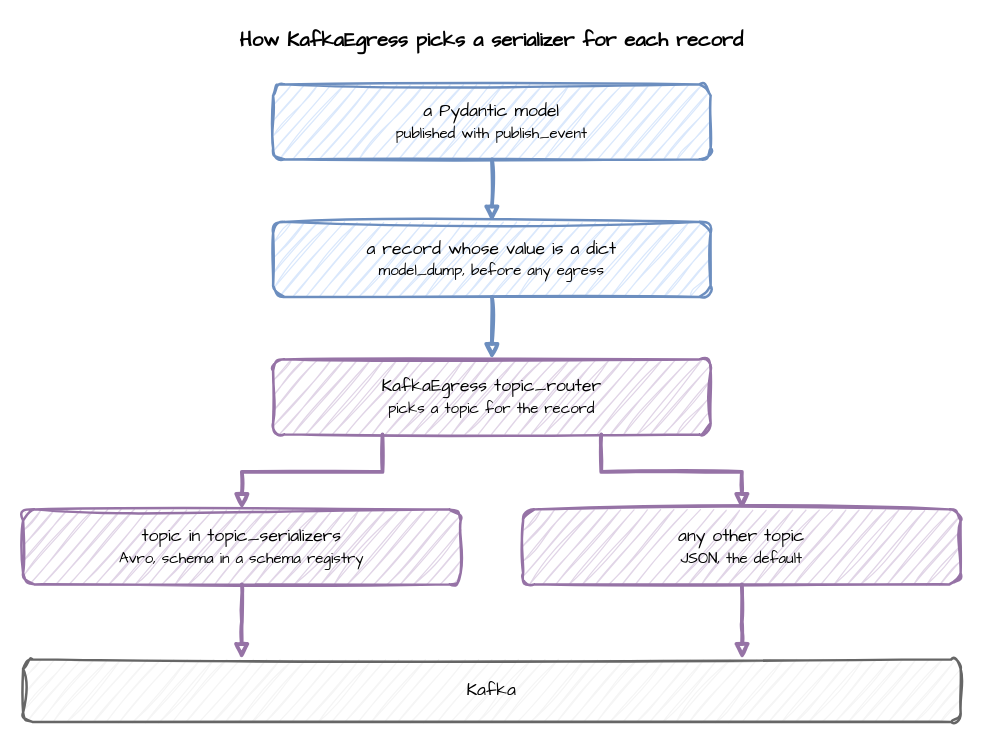
jaehyeon-kim/desflow keeps this draw.io diagram as docs/assets/diagrams/serializer-routing.drawio. Above is the earlier version. Source tidied: cells renumbered, new cells numbered last; positions are measured from the earlier drawing's top-left corner, leaving out a move shared by most shapes. Both pictures are drawn from the tidied source at 125%, with x=0, y=0 at pixel (22, 21).
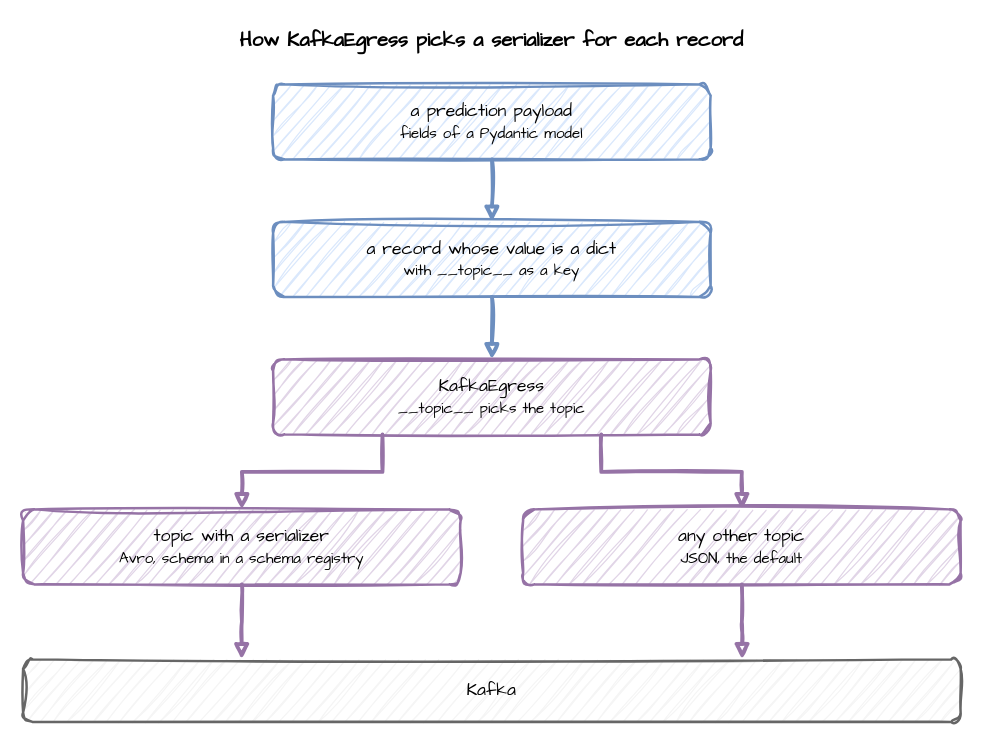
Above is the later version.

What changed in the source:
```diff
@@
 <mxGraphModel>
   <root>
     <mxCell id="0" />
     <mxCell id="1" parent="0" />
     <mxCell id="2" value="How KafkaEgress picks a serializer for each record" style="text;html=1;align=center;verticalAlign=middle;whiteSpace=wrap;fontFamily=Comic Sans MS;fontSize=16;fontStyle=1;" parent="1" vertex="1">
       <mxGeometry width="750" height="30" as="geometry" />
     </mxCell>
-    <mxCell id="3" value="a Pydantic model&lt;br&gt;&lt;font style='font-size:12px'&gt;published with publish_event&lt;/font&gt;" style="rounded=1;whiteSpace=wrap;html=1;sketch=1;curveFitting=1;jiggle=2;fontFamily=Comic Sans MS;fontSize=14;fillColor=#dae8fc;strokeColor=#6c8ebf;strokeWidth=2;" parent="1" vertex="1">
+    <mxCell id="3" value="a prediction payload&lt;br&gt;&lt;font style='font-size:12px'&gt;fields of a Pydantic model&lt;/font&gt;" style="rounded=1;whiteSpace=wrap;html=1;sketch=1;curveFitting=1;jiggle=2;fontFamily=Comic Sans MS;fontSize=14;fillColor=#dae8fc;strokeColor=#6c8ebf;strokeWidth=2;" parent="1" vertex="1">
       <mxGeometry x="200" y="50" width="350" height="60" as="geometry" />
     </mxCell>
-    <mxCell id="4" value="a record whose value is a dict&lt;br&gt;&lt;font style='font-size:12px'&gt;model_dump, before any egress&lt;/font&gt;" style="rounded=1;whiteSpace=wrap;html=1;sketch=1;curveFitting=1;jiggle=2;fontFamily=Comic Sans MS;fontSize=14;fillColor=#dae8fc;strokeColor=#6c8ebf;strokeWidth=2;" parent="1" vertex="1">
+    <mxCell id="4" value="a record whose value is a dict&lt;br&gt;&lt;font style='font-size:12px'&gt;with __topic__ as a key&lt;/font&gt;" style="rounded=1;whiteSpace=wrap;html=1;sketch=1;curveFitting=1;jiggle=2;fontFamily=Comic Sans MS;fontSize=14;fillColor=#dae8fc;strokeColor=#6c8ebf;strokeWidth=2;" parent="1" vertex="1">
       <mxGeometry x="200" y="160" width="350" height="60" as="geometry" />
     </mxCell>
-    <mxCell id="5" value="KafkaEgress topic_router&lt;br&gt;&lt;font style='font-size:12px'&gt;picks a topic for the record&lt;/font&gt;" style="rounded=1;whiteSpace=wrap;html=1;sketch=1;curveFitting=1;jiggle=2;fontFamily=Comic Sans MS;fontSize=14;fillColor=#e1d5e7;strokeColor=#9673a6;strokeWidth=2;" parent="1" vertex="1">
+    <mxCell id="5" value="KafkaEgress&lt;br&gt;&lt;font style='font-size:12px'&gt;__topic__ picks the topic&lt;/font&gt;" style="rounded=1;whiteSpace=wrap;html=1;sketch=1;curveFitting=1;jiggle=2;fontFamily=Comic Sans MS;fontSize=14;fillColor=#e1d5e7;strokeColor=#9673a6;strokeWidth=2;" parent="1" vertex="1">
       <mxGeometry x="200" y="270" width="350" height="60" as="geometry" />
     </mxCell>
-    <mxCell id="6" value="topic in topic_serializers&lt;br&gt;&lt;font style='font-size:12px'&gt;Avro, schema in a schema registry&lt;/font&gt;" style="rounded=1;whiteSpace=wrap;html=1;sketch=1;curveFitting=1;jiggle=2;fontFamily=Comic Sans MS;fontSize=14;fillColor=#e1d5e7;strokeColor=#9673a6;strokeWidth=2;" parent="1" vertex="1">
+    <mxCell id="6" value="topic with a serializer&lt;br&gt;&lt;font style='font-size:12px'&gt;Avro, schema in a schema registry&lt;/font&gt;" style="rounded=1;whiteSpace=wrap;html=1;sketch=1;curveFitting=1;jiggle=2;fontFamily=Comic Sans MS;fontSize=14;fillColor=#e1d5e7;strokeColor=#9673a6;strokeWidth=2;" parent="1" vertex="1">
       <mxGeometry y="390" width="350" height="60" as="geometry" />
     </mxCell>
     <mxCell id="7" value="any other topic&lt;br&gt;&lt;font style='font-size:12px'&gt;JSON, the default&lt;/font&gt;" style="rounded=1;whiteSpace=wrap;html=1;sketch=1;curveFitting=1;jiggle=2;fontFamily=Comic Sans MS;fontSize=14;fillColor=#e1d5e7;strokeColor=#9673a6;strokeWidth=2;" parent="1" vertex="1">
       <mxGeometry x="400" y="390" width="350" height="60" as="geometry" />
     </mxCell>
     <mxCell id="8" value="Kafka" style="rounded=1;whiteSpace=wrap;html=1;sketch=1;curveFitting=1;jiggle=2;fontFamily=Comic Sans MS;fontSize=14;fillColor=#f5f5f5;strokeColor=#666666;strokeWidth=2;" parent="1" vertex="1">
       <mxGeometry y="510" width="750" height="50" as="geometry" />
     </mxCell>
     <mxCell id="9" style="edgeStyle=orthogonalEdgeStyle;rounded=0;sketch=1;html=1;strokeWidth=3;endArrow=block;strokeColor=#6c8ebf;fontFamily=Comic Sans MS;fontSize=13;labelBackgroundColor=#ffffff;exitX=0.5;exitY=1;exitDx=0;exitDy=0;entryX=0.5;entryY=0;entryDx=0;entryDy=0;" parent="1" edge="1" source="3" target="4">
       <mxGeometry relative="1" as="geometry" />
     </mxCell>
     <mxCell id="10" style="edgeStyle=orthogonalEdgeStyle;rounded=0;sketch=1;html=1;strokeWidth=3;endArrow=block;strokeColor=#6c8ebf;fontFamily=Comic Sans MS;fontSize=13;labelBackgroundColor=#ffffff;exitX=0.5;exitY=1;exitDx=0;exitDy=0;entryX=0.5;entryY=0;entryDx=0;entryDy=0;" parent="1" edge="1" source="4" target="5">
       <mxGeometry relative="1" as="geometry" />
     </mxCell>
     <mxCell id="11" style="edgeStyle=orthogonalEdgeStyle;rounded=0;sketch=1;html=1;strokeWidth=3;endArrow=block;strokeColor=#9673a6;fontFamily=Comic Sans MS;fontSize=13;labelBackgroundColor=#ffffff;exitX=0.25;exitY=1;exitDx=0;exitDy=0;entryX=0.5;entryY=0;entryDx=0;entryDy=0;" parent="1" edge="1" source="5" target="6">
       <mxGeometry relative="1" as="geometry" />
     </mxCell>
     <mxCell id="12" style="edgeStyle=orthogonalEdgeStyle;rounded=0;sketch=1;html=1;strokeWidth=3;endArrow=block;strokeColor=#9673a6;fontFamily=Comic Sans MS;fontSize=13;labelBackgroundColor=#ffffff;exitX=0.75;exitY=1;exitDx=0;exitDy=0;entryX=0.5;entryY=0;entryDx=0;entryDy=0;" parent="1" edge="1" source="5" target="7">
       <mxGeometry relative="1" as="geometry" />
     </mxCell>
     <mxCell id="13" style="edgeStyle=orthogonalEdgeStyle;rounded=0;sketch=1;html=1;strokeWidth=3;endArrow=block;strokeColor=#9673a6;fontFamily=Comic Sans MS;fontSize=13;labelBackgroundColor=#ffffff;exitX=0.5;exitY=1;exitDx=0;exitDy=0;entryX=0.233;entryY=0;entryDx=0;entryDy=0;" parent="1" edge="1" source="6" target="8">
       <mxGeometry relative="1" as="geometry" />
     </mxCell>
     <mxCell id="14" style="edgeStyle=orthogonalEdgeStyle;rounded=0;sketch=1;html=1;strokeWidth=3;endArrow=block;strokeColor=#9673a6;fontFamily=Comic Sans MS;fontSize=13;labelBackgroundColor=#ffffff;exitX=0.5;exitY=1;exitDx=0;exitDy=0;entryX=0.767;entryY=0;entryDx=0;entryDy=0;" parent="1" edge="1" source="7" target="8">
       <mxGeometry relative="1" as="geometry" />
     </mxCell>
   </root>
 </mxGraphModel>
```
